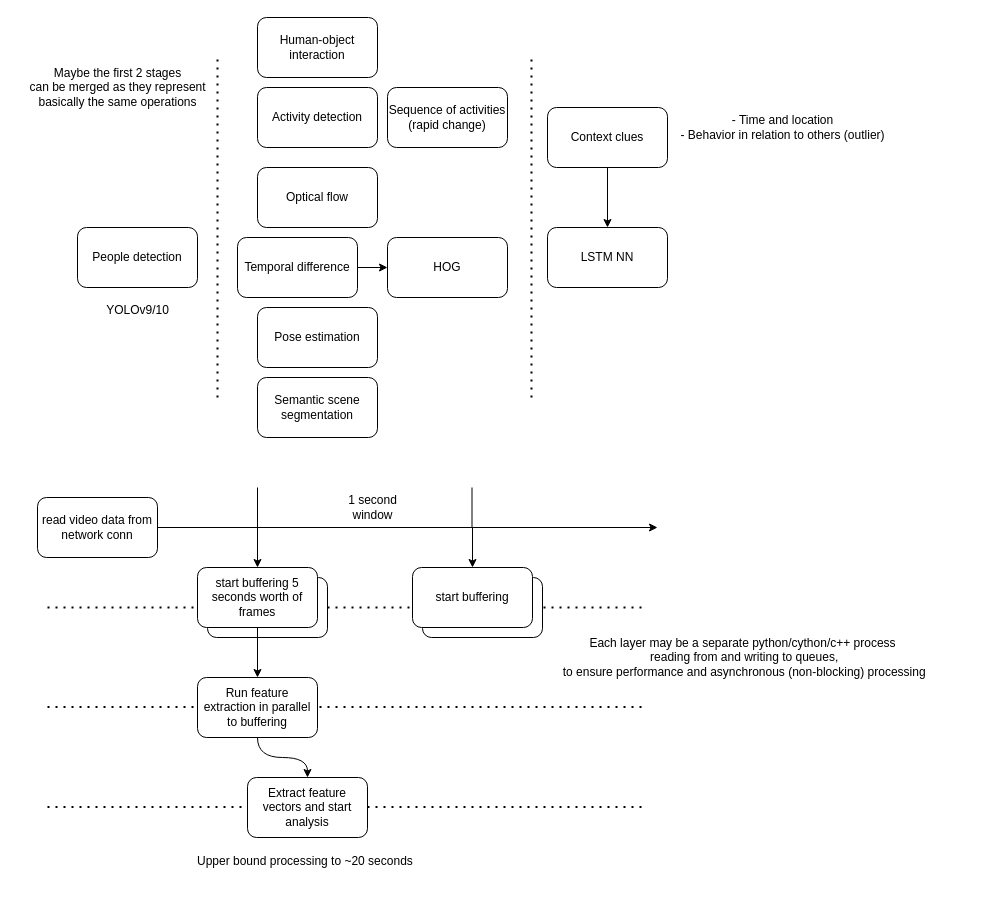
radito3/smart-surveillance-docs keeps this draw.io diagram as ml-pipeline-v2.drawio. Above is the earlier version. Source tidied: cells renumbered, new cells numbered last; positions are measured from the earlier drawing's top-left corner, leaving out a move shared by most shapes. Both pictures are drawn from the tidied source at 100%, with x=0, y=0 at pixel (17, 17).
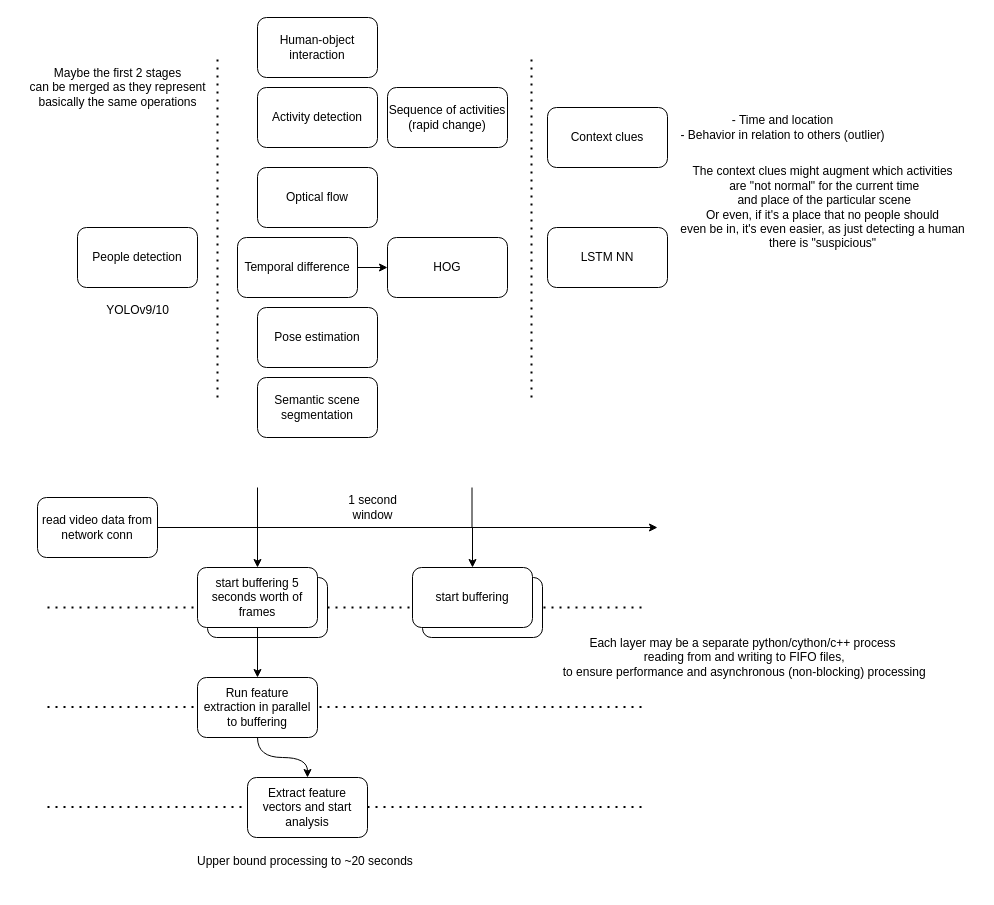
After the change.

Unchanged cells that the change refers to:
```xml
<mxCell id="29" value="LSTM NN" style="rounded=1;whiteSpace=wrap;html=1;" parent="1" vertex="1">
  <mxGeometry x="530" y="210" width="120" height="60" as="geometry" />
</mxCell>
<mxCell id="33" value="Context clues" style="rounded=1;whiteSpace=wrap;html=1;" parent="1" vertex="1">
  <mxGeometry x="530" y="90" width="120" height="60" as="geometry" />
</mxCell>
```

The edit, as a diff of the source:
```diff
@@
-    <mxCell id="28" value="&lt;div&gt;Each layer may be a separate python/cython/c++ process&lt;/div&gt;&lt;div&gt;&amp;nbsp;reading from and writing to queues,&lt;/div&gt;&lt;div&gt;&amp;nbsp;to ensure performance and asynchronous (non-blocking) processing&lt;/div&gt;" style="text;html=1;align=center;verticalAlign=middle;strokeColor=none;fillColor=none;" parent="1" vertex="1">
+    <mxCell id="28" value="&lt;div&gt;Each layer may be a separate python/cython/c++ process&lt;/div&gt;&lt;div&gt;&amp;nbsp;reading from and writing to FIFO files,&lt;/div&gt;&lt;div&gt;&amp;nbsp;to ensure performance and asynchronous (non-blocking) processing&lt;/div&gt;" style="text;html=1;align=center;verticalAlign=middle;strokeColor=none;fillColor=none;" parent="1" vertex="1">
       <mxGeometry x="530" y="610" width="390" height="60" as="geometry" />
     </mxCell>
@@
-    <mxCell id="32" style="edgeStyle=orthogonalEdgeStyle;rounded=0;jettySize=auto;html=1;entryX=0.5;entryY=0;entryDx=0;entryDy=0;" parent="1" edge="1" source="33" target="29">
-      <mxGeometry relative="1" as="geometry" />
-    </mxCell>
@@
+    <mxCell id="40" value="&lt;div&gt;The context clues might augment which activities&lt;/div&gt;&lt;div&gt;&amp;nbsp;are &quot;not normal&quot; for the current time&lt;/div&gt;&lt;div&gt;&amp;nbsp;and place of the particular scene&lt;br&gt;Or even, if it's a place that no people should&lt;/div&gt;&lt;div&gt;even be in, it's even easier, as just detecting a human&lt;/div&gt;&lt;div&gt;there is &quot;suspicious&quot;&lt;br&gt;&lt;/div&gt;" style="text;html=1;align=center;verticalAlign=middle;strokeColor=none;fillColor=none;" parent="1" vertex="1">
+      <mxGeometry x="650" y="140" width="310" height="100" as="geometry" />
+    </mxCell>
```
